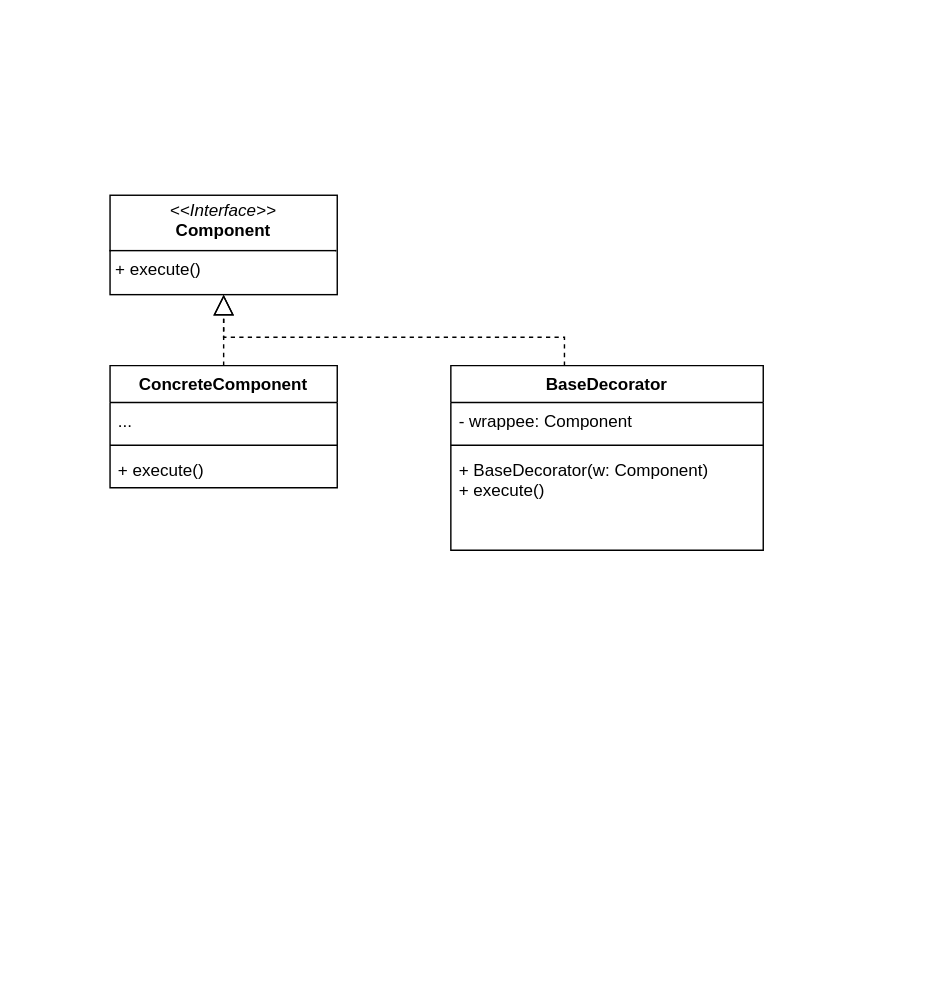
This is decorator.drawio from pcandlej/drawio-design-pattern, a draw.io file, before an edit. Source tidied: cells renumbered, new cells numbered last; positions are measured from the earlier drawing's top-left corner, leaving out a move shared by most shapes. Both pictures are drawn from the tidied source at 142%, with x=0, y=0 at pixel (109, 195).
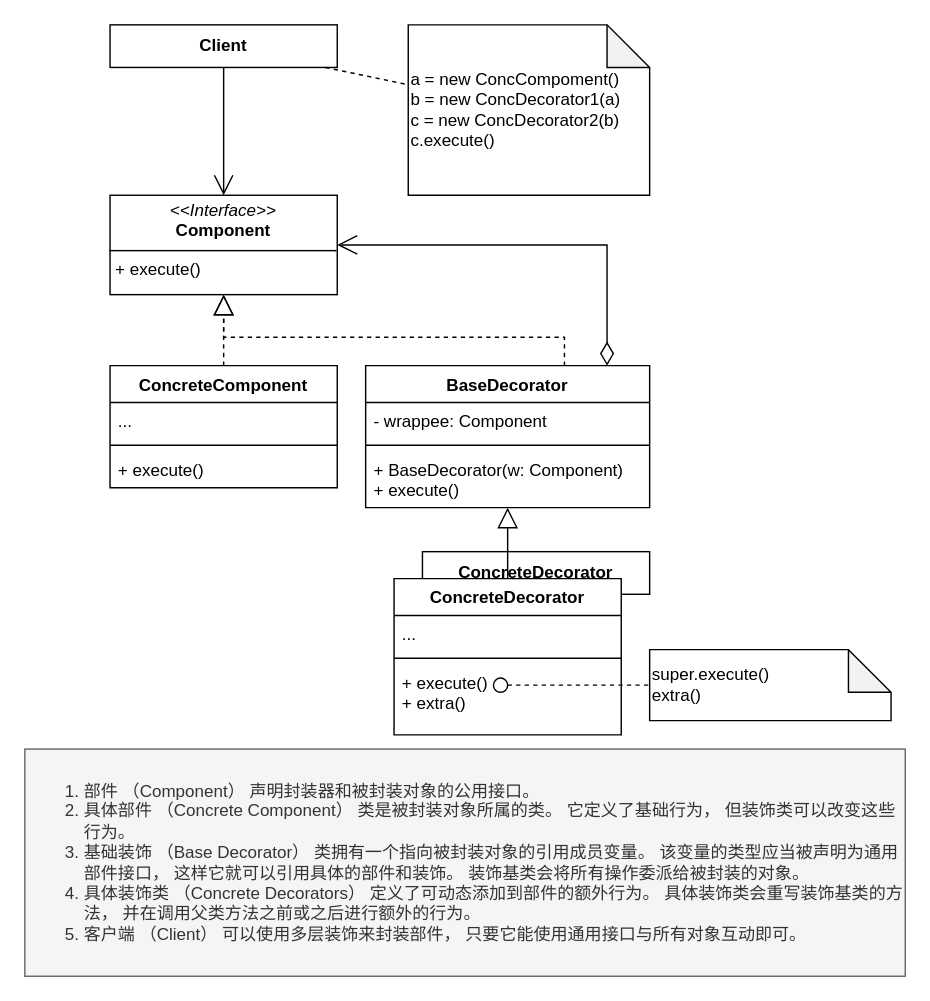
Above is the later version.

The change refers to these unchanged cells:
```xml
<mxCell id="2" value="&lt;p style=&quot;margin:0px;margin-top:4px;text-align:center;&quot;&gt;&lt;i&gt;&amp;lt;&amp;lt;Interface&amp;gt;&amp;gt;&lt;/i&gt;&lt;br&gt;&lt;b&gt;Component&lt;/b&gt;&lt;/p&gt;&lt;hr size=&quot;1&quot; style=&quot;border-style:solid;&quot;&gt;&lt;p style=&quot;margin:0px;margin-left:4px;&quot;&gt;+ execute()&lt;/p&gt;&lt;p style=&quot;margin:0px;margin-left:4px;&quot;&gt;&lt;br&gt;&lt;/p&gt;" style="verticalAlign=top;align=left;overflow=fill;html=1;whiteSpace=wrap;" parent="1" vertex="1">
  <mxGeometry width="160" height="70" as="geometry" />
</mxCell>
```

The edit, as a diff of the source:
```diff
@@
+    <mxCell id="13" value="ConcreteDecorator" style="html=1;whiteSpace=wrap;fontStyle=1;" parent="1" vertex="1">
+      <mxGeometry x="220" y="251" width="160" height="30" as="geometry" />
+    </mxCell>
@@
     <mxCell id="8" value="BaseDecorator" style="swimlane;fontStyle=1;align=center;verticalAlign=top;horizontal=1;startSize=26;whiteSpace=wrap;html=1;" parent="1" vertex="1">
-      <mxGeometry x="240" y="120" width="220" height="130" as="geometry" />
+      <mxGeometry x="180" y="120" width="200" height="100" as="geometry" />
     </mxCell>
     <mxCell id="9" value="- wrappee: Component" style="text;strokeColor=none;fillColor=none;align=left;verticalAlign=top;spacingLeft=4;spacingRight=4;overflow=hidden;whiteSpace=wrap;html=1;" parent="8" vertex="1">
-      <mxGeometry y="26" width="220" height="26" as="geometry" />
+      <mxGeometry y="26" width="200" height="26" as="geometry" />
     </mxCell>
     <mxCell id="10" style="line;strokeWidth=1;fillColor=none;align=left;verticalAlign=middle;spacingTop=-1;spacingLeft=3;spacingRight=3;labelPosition=right;strokeColor=inherit;" parent="8" vertex="1">
-      <mxGeometry y="52" width="220" height="8" as="geometry" />
+      <mxGeometry y="52" width="200" height="8" as="geometry" />
     </mxCell>
     <mxCell id="11" value="&lt;div&gt;+ BaseDecorator(w: Component)&lt;/div&gt;+ execute()" style="text;strokeColor=none;fillColor=none;align=left;verticalAlign=top;spacingLeft=4;spacingRight=4;overflow=hidden;whiteSpace=wrap;html=1;" parent="8" vertex="1">
-      <mxGeometry y="60" width="220" height="70" as="geometry" />
+      <mxGeometry y="60" width="200" height="40" as="geometry" />
     </mxCell>
@@
+    <mxCell id="14" style="endArrow=open;html=1;endSize=12;startArrow=diamondThin;startSize=14;startFill=0;edgeStyle=orthogonalEdgeStyle;align=left;verticalAlign=bottom;rounded=0;" parent="1" edge="1" source="8" target="2">
+      <mxGeometry x="-1" y="3" relative="1" as="geometry">
+        <Array as="points">
+          <mxPoint x="350" y="35" />
+        </Array>
+      </mxGeometry>
+    </mxCell>
+    <mxCell id="15" style="edgeStyle=orthogonalEdgeStyle;rounded=0;jettySize=auto;html=1;endArrow=block;endFill=0;endSize=12;" parent="1" edge="1" source="16" target="8">
+      <mxGeometry relative="1" as="geometry" />
+    </mxCell>
+    <mxCell id="16" value="ConcreteDecorator" style="swimlane;fontStyle=1;align=center;verticalAlign=top;horizontal=1;startSize=26;whiteSpace=wrap;html=1;" parent="1" vertex="1">
+      <mxGeometry x="200" y="270" width="160" height="110" as="geometry" />
+    </mxCell>
+    <mxCell id="17" value="..." style="text;strokeColor=none;fillColor=none;align=left;verticalAlign=top;spacingLeft=4;spacingRight=4;overflow=hidden;whiteSpace=wrap;html=1;" parent="16" vertex="1">
+      <mxGeometry y="26" width="160" height="26" as="geometry" />
+    </mxCell>
+    <mxCell id="18" style="line;strokeWidth=1;fillColor=none;align=left;verticalAlign=middle;spacingTop=-1;spacingLeft=3;spacingRight=3;labelPosition=right;strokeColor=inherit;" parent="16" vertex="1">
+      <mxGeometry y="52" width="160" height="8" as="geometry" />
+    </mxCell>
+    <mxCell id="19" value="+ execute()&lt;div&gt;+ extra()&lt;/div&gt;" style="text;strokeColor=none;fillColor=none;align=left;verticalAlign=top;spacingLeft=4;spacingRight=4;overflow=hidden;whiteSpace=wrap;html=1;" parent="16" vertex="1">
+      <mxGeometry y="60" width="160" height="50" as="geometry" />
+    </mxCell>
+    <mxCell id="20" style="ellipse;whiteSpace=wrap;html=1;" parent="1" vertex="1">
+      <mxGeometry x="270" y="340" width="10" height="10" as="geometry" />
+    </mxCell>
+    <mxCell id="21" style="endArrow=none;dashed=1;html=1;rounded=0;" parent="1" edge="1" source="20" target="22">
+      <mxGeometry relative="1" as="geometry" />
+    </mxCell>
+    <mxCell id="22" value="super.execute()&lt;div&gt;extra()&lt;/div&gt;" style="shape=note;whiteSpace=wrap;html=1;backgroundOutline=1;darkOpacity=0.05;align=left;" parent="1" vertex="1">
+      <mxGeometry x="380" y="320" width="170" height="50" as="geometry" />
+    </mxCell>
+    <mxCell id="23" value="&lt;ol&gt;&lt;li&gt;部件 （Component） 声明封装器和被封装对象的公用接口。&lt;br&gt;&lt;/li&gt;&lt;li&gt;具体部件 （Concrete Component） 类是被封装对象所属的类。 它定义了基础行为， 但装饰类可以改变这些行为。&lt;br&gt;&lt;/li&gt;&lt;li&gt;基础装饰 （Base Decorator） 类拥有一个指向被封装对象的引用成员变量。 该变量的类型应当被声明为通用部件接口， 这样它就可以引用具体的部件和装饰。 装饰基类会将所有操作委派给被封装的对象。&lt;br&gt;&lt;/li&gt;&lt;li&gt;具体装饰类 （Concrete Decorators） 定义了可动态添加到部件的额外行为。 具体装饰类会重写装饰基类的方法， 并在调用父类方法之前或之后进行额外的行为。&lt;br&gt;&lt;/li&gt;&lt;li&gt;客户端 （Client） 可以使用多层装饰来封装部件， 只要它能使用通用接口与所有对象互动即可。&lt;br&gt;&lt;/li&gt;&lt;/ol&gt;" style="text;html=1;align=left;verticalAlign=middle;whiteSpace=wrap;rounded=0;fillColor=#f5f5f5;fontColor=#333333;strokeColor=#666666;" parent="1" vertex="1">
+      <mxGeometry x="-60" y="390" width="620" height="160" as="geometry" />
+    </mxCell>
+    <mxCell id="24" style="edgeStyle=orthogonalEdgeStyle;rounded=0;jettySize=auto;html=1;endArrow=open;endFill=0;endSize=12;" parent="1" edge="1" source="25" target="2">
+      <mxGeometry relative="1" as="geometry" />
+    </mxCell>
+    <mxCell id="25" value="Client" style="html=1;whiteSpace=wrap;fontStyle=1;" parent="1" vertex="1">
+      <mxGeometry y="-120" width="160" height="30" as="geometry" />
+    </mxCell>
+    <mxCell id="26" value="a = new ConcCompoment()&lt;div&gt;b = new ConcDecorator1(a)&lt;/div&gt;&lt;div&gt;c = new ConcDecorator2(b)&lt;/div&gt;&lt;div&gt;c.execute()&lt;/div&gt;" style="shape=note;whiteSpace=wrap;html=1;backgroundOutline=1;darkOpacity=0.05;align=left;" parent="1" vertex="1">
+      <mxGeometry x="210" y="-120" width="170" height="120" as="geometry" />
+    </mxCell>
+    <mxCell id="27" style="endArrow=none;dashed=1;html=1;rounded=0;" parent="1" edge="1" source="25" target="26">
+      <mxGeometry relative="1" as="geometry" />
+    </mxCell>
```
